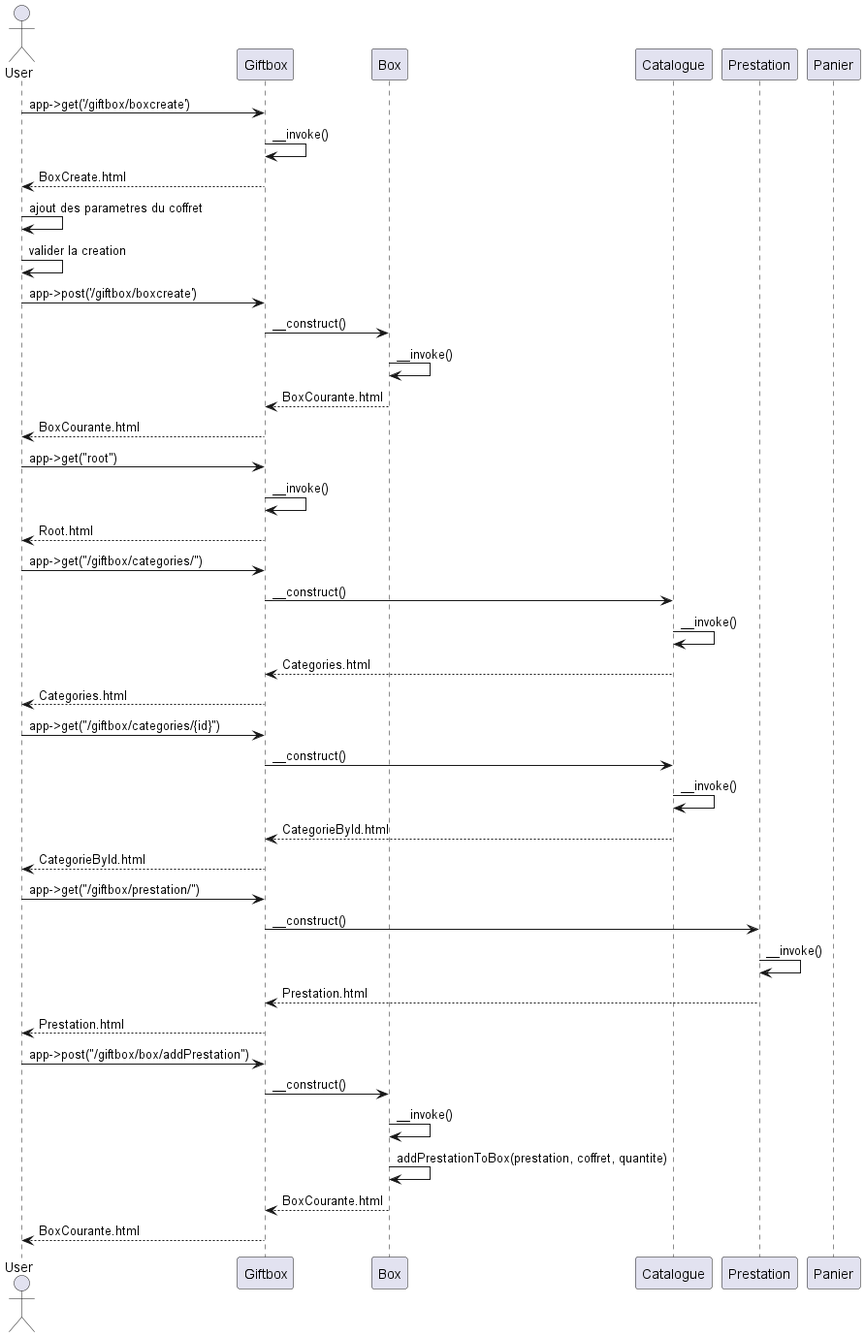
Aliec-AQ/Architecture-Logicielle keeps this PlantUML diagram as TD6/Exo3DiagSequance.png. Above is the earlier version.
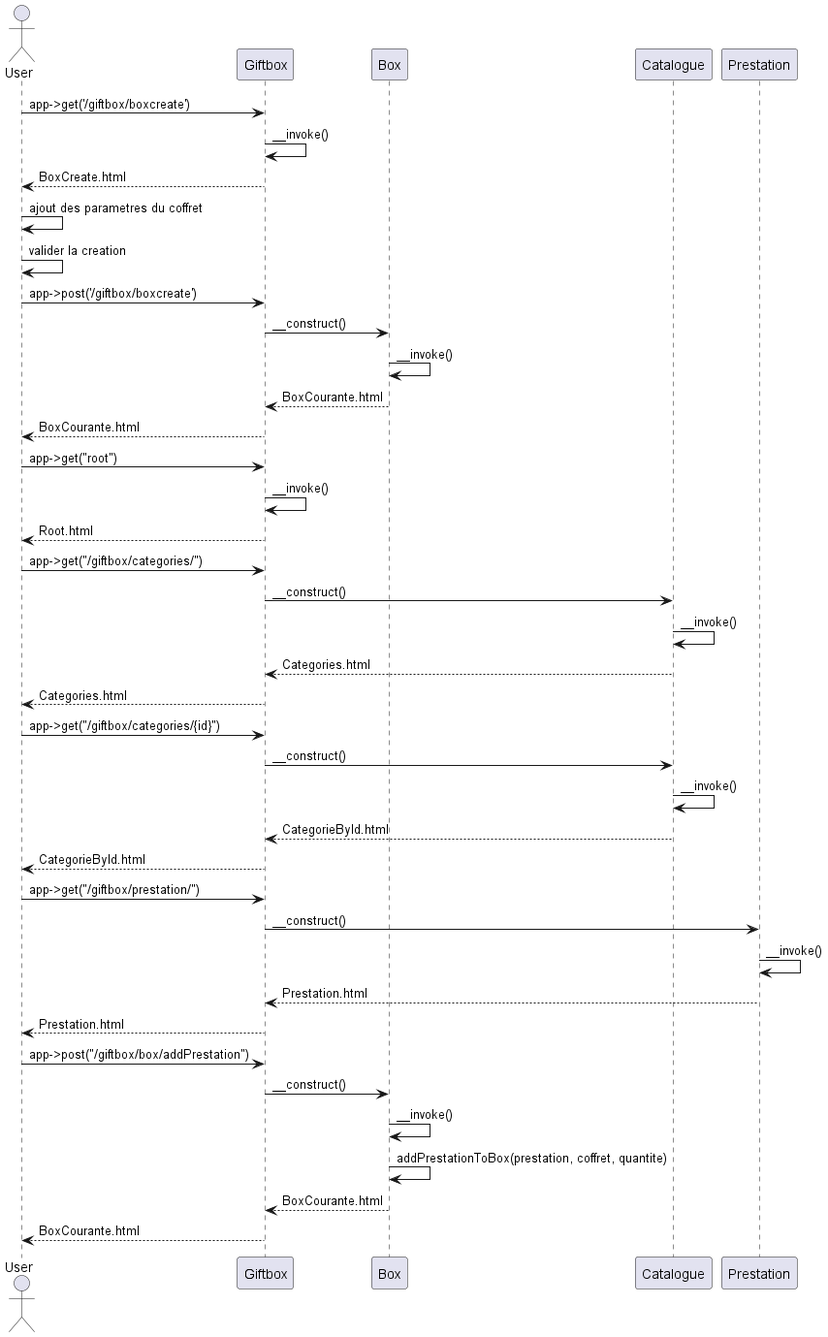
After the commit.

Commit message:
Ajout du diagramme de séquence du TD6

The edit, as a diff of the source:
```diff
@@ -5,7 +5,6 @@
 participant "Box" as B
 participant "Catalogue" as C
 participant "Prestation" as Pr
-participant "Panier" as P
 
 U -> G: app->get('/giftbox/boxcreate')
 G -> G: __invoke()
```
